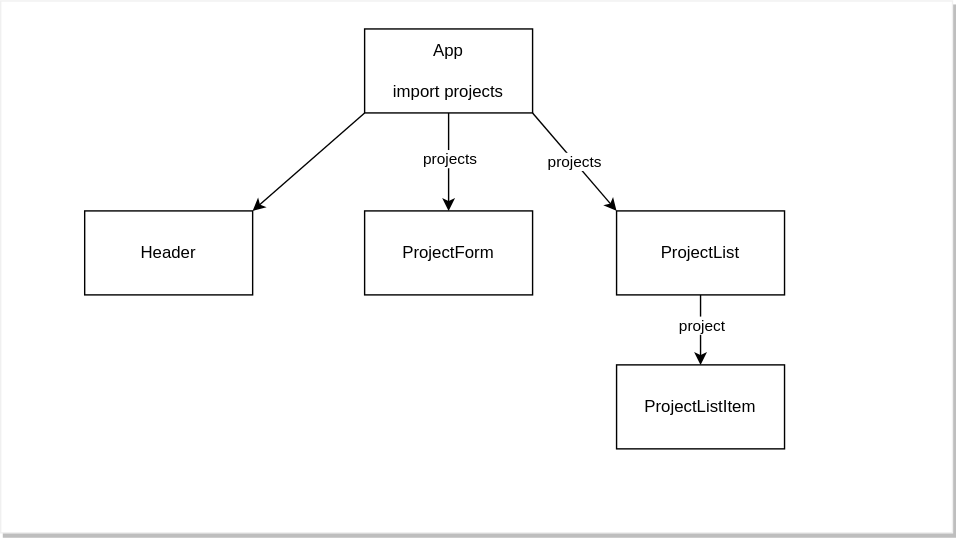
Before: 02_state_and_events /project_showcase/src/components-diagram.drawio.svg, a diagram exported from draw.io (learn-co-students/SENG-LIVE-071822-Phase-2). Source tidied: cells renumbered, new cells last; positions are measured from the earlier drawing's top-left corner, leaving out a move shared by most shapes. Source of this version:
```xml
<mxGraphModel>
  <root>
    <mxCell id="0" />
    <mxCell id="1" parent="0" />
    <mxCell id="2" style="shape=table;startSize=0;strokeColor=#F0F0F0;shadow=1;" parent="1" vertex="1">
      <mxGeometry width="680" height="380" as="geometry" />
    </mxCell>
    <mxCell id="3" style="shape=partialRectangle;fillColor=none;top=0;left=0;bottom=0;right=0;" parent="2" vertex="1">
      <mxGeometry width="680" height="380" as="geometry" />
    </mxCell>
    <mxCell id="4" style="shape=partialRectangle;html=1;whiteSpace=wrap;overflow=hidden;fillColor=none;top=0;left=0;bottom=0;right=0;" parent="3" vertex="1">
      <mxGeometry width="680" height="380" as="geometry" />
    </mxCell>
    <mxCell id="5" style="edgeStyle=none;html=1;" parent="1" edge="1" source="7" target="9">
      <mxGeometry relative="1" as="geometry" />
    </mxCell>
    <mxCell id="6" value="projects" style="edgeLabel;html=1;align=center;verticalAlign=middle;" parent="5" vertex="1">
      <mxGeometry x="-0.07" relative="1" as="geometry" />
    </mxCell>
    <mxCell id="7" value="App&lt;br&gt;&lt;br&gt;import projects" style="rounded=0;whiteSpace=wrap;html=1;" parent="1" vertex="1">
      <mxGeometry x="260" y="20" width="120" height="60" as="geometry" />
    </mxCell>
    <mxCell id="8" value="Header" style="rounded=0;whiteSpace=wrap;html=1;" parent="1" vertex="1">
      <mxGeometry x="60" y="150" width="120" height="60" as="geometry" />
    </mxCell>
    <mxCell id="9" value="ProjectForm" style="rounded=0;whiteSpace=wrap;html=1;" parent="1" vertex="1">
      <mxGeometry x="260" y="150" width="120" height="60" as="geometry" />
    </mxCell>
    <mxCell id="10" style="edgeStyle=none;html=1;" parent="1" edge="1" source="12" target="13">
      <mxGeometry relative="1" as="geometry" />
    </mxCell>
    <mxCell id="11" value="project" style="edgeLabel;html=1;align=center;verticalAlign=middle;" parent="10" vertex="1">
      <mxGeometry x="-0.14" relative="1" as="geometry" />
    </mxCell>
    <mxCell id="12" value="ProjectList" style="rounded=0;whiteSpace=wrap;html=1;" parent="1" vertex="1">
      <mxGeometry x="440" y="150" width="120" height="60" as="geometry" />
    </mxCell>
    <mxCell id="13" value="ProjectListItem" style="rounded=0;whiteSpace=wrap;html=1;" parent="1" vertex="1">
      <mxGeometry x="440" y="260" width="120" height="60" as="geometry" />
    </mxCell>
    <mxCell id="14" style="endArrow=classic;html=1;entryX=1;entryY=0;entryDx=0;entryDy=0;exitX=0;exitY=1;exitDx=0;exitDy=0;" parent="1" edge="1" source="7" target="8">
      <mxGeometry relative="1" as="geometry" />
    </mxCell>
    <mxCell id="15" value="projects" style="endArrow=classic;html=1;entryX=0;entryY=0;entryDx=0;entryDy=0;exitX=1;exitY=1;exitDx=0;exitDy=0;" parent="1" edge="1" source="7" target="12">
      <mxGeometry relative="1" as="geometry" />
    </mxCell>
  </root>
</mxGraphModel>
```
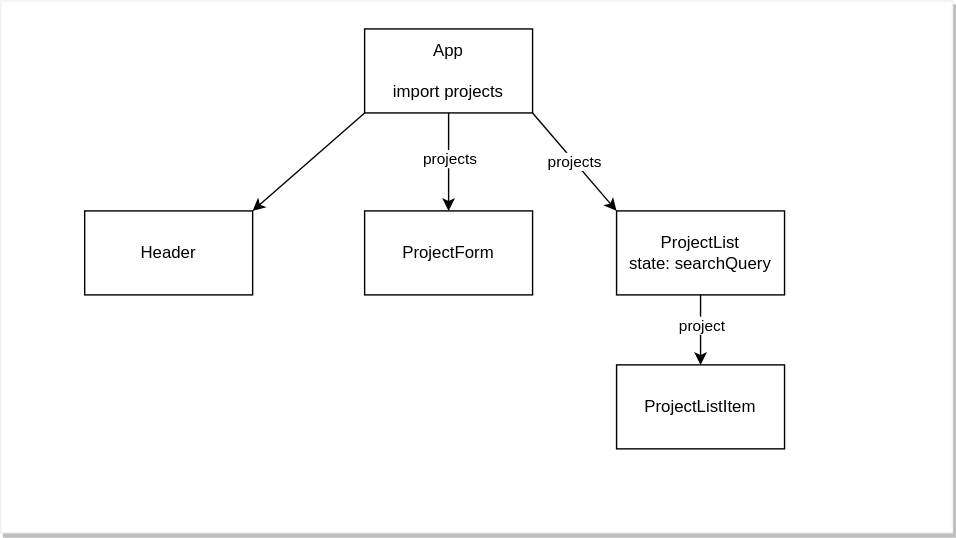
After the change.

The edit, as a diff of the source:
```diff
@@ -32,7 +32,7 @@
     <mxCell id="11" value="project" style="edgeLabel;html=1;align=center;verticalAlign=middle;" parent="10" vertex="1">
       <mxGeometry x="-0.14" relative="1" as="geometry" />
     </mxCell>
-    <mxCell id="12" value="ProjectList" style="rounded=0;whiteSpace=wrap;html=1;" parent="1" vertex="1">
+    <mxCell id="12" value="ProjectList&lt;br&gt;state: searchQuery" style="rounded=0;whiteSpace=wrap;html=1;" parent="1" vertex="1">
       <mxGeometry x="440" y="150" width="120" height="60" as="geometry" />
     </mxCell>
     <mxCell id="13" value="ProjectListItem" style="rounded=0;whiteSpace=wrap;html=1;" parent="1" vertex="1">
```
